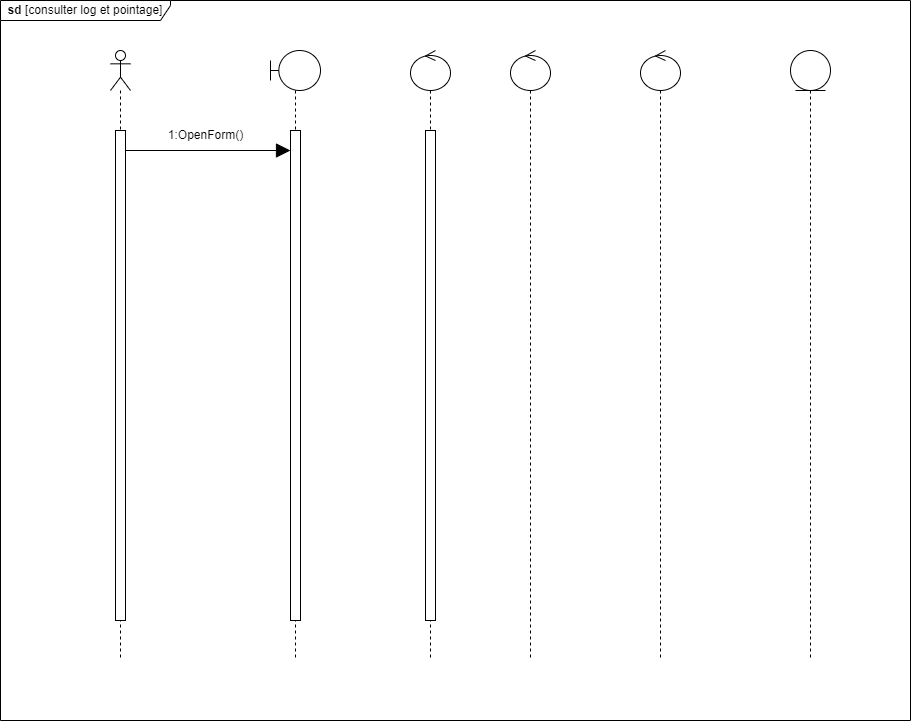
The draw.io diagram static/Diagramme des séquences conceptuel  log et pointage .drawio.png in Siluearsene/borne_biometrique, before a commit. Source tidied: cells renumbered, new cells last; positions are measured from the earlier drawing's top-left corner, leaving out a move shared by most shapes.
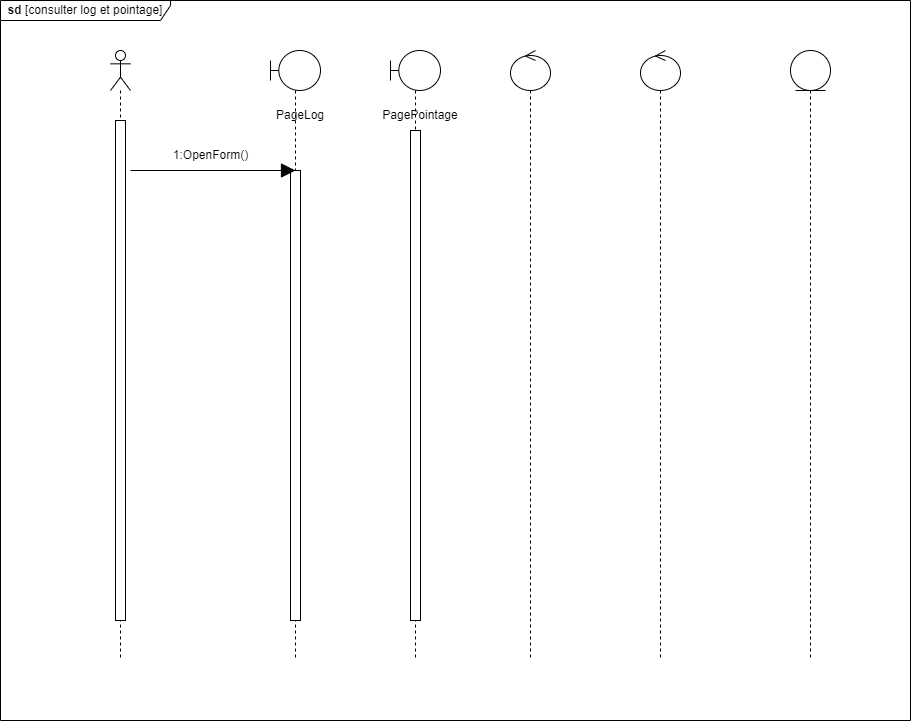
Above is the later version.

Commit message:
Mettre à jour Diagramme des séquences conceptuel  log et pointage .drawio.png

The edit, as a diff of the source:
```diff
@@ -6,22 +6,16 @@
       <mxGeometry x="270" y="50" width="50" height="610" as="geometry" />
     </mxCell>
     <mxCell id="3" style="html=1;perimeter=orthogonalPerimeter;targetShapes=umlLifeline;newEdgeStyle={&quot;edgeStyle&quot;:&quot;elbowEdgeStyle&quot;,&quot;elbow&quot;:&quot;vertical&quot;,&quot;curved&quot;:0,&quot;rounded&quot;:0};" parent="2" vertex="1">
-      <mxGeometry x="20" y="80" width="10" height="490" as="geometry" />
+      <mxGeometry x="20" y="120" width="10" height="450" as="geometry" />
     </mxCell>
     <mxCell id="4" style="shape=umlLifeline;perimeter=lifelinePerimeter;whiteSpace=wrap;html=1;newEdgeStyle={&quot;edgeStyle&quot;:&quot;elbowEdgeStyle&quot;,&quot;elbow&quot;:&quot;vertical&quot;,&quot;curved&quot;:0,&quot;rounded&quot;:0};participant=umlEntity;" parent="1" vertex="1">
       <mxGeometry x="790" y="50" width="40" height="610" as="geometry" />
     </mxCell>
-    <mxCell id="5" style="shape=umlLifeline;perimeter=lifelinePerimeter;whiteSpace=wrap;html=1;newEdgeStyle={&quot;edgeStyle&quot;:&quot;elbowEdgeStyle&quot;,&quot;elbow&quot;:&quot;vertical&quot;,&quot;curved&quot;:0,&quot;rounded&quot;:0};participant=umlControl;" parent="1" vertex="1">
-      <mxGeometry x="410" y="50" width="40" height="610" as="geometry" />
-    </mxCell>
-    <mxCell id="6" style="html=1;perimeter=orthogonalPerimeter;targetShapes=umlLifeline;newEdgeStyle={&quot;edgeStyle&quot;:&quot;elbowEdgeStyle&quot;,&quot;elbow&quot;:&quot;vertical&quot;,&quot;curved&quot;:0,&quot;rounded&quot;:0};" parent="5" vertex="1">
-      <mxGeometry x="15" y="80" width="10" height="490" as="geometry" />
-    </mxCell>
     <mxCell id="7" style="shape=umlLifeline;perimeter=lifelinePerimeter;whiteSpace=wrap;html=1;newEdgeStyle={&quot;edgeStyle&quot;:&quot;elbowEdgeStyle&quot;,&quot;elbow&quot;:&quot;vertical&quot;,&quot;curved&quot;:0,&quot;rounded&quot;:0};participant=umlActor;" parent="1" vertex="1">
       <mxGeometry x="110" y="50" width="20" height="610" as="geometry" />
     </mxCell>
     <mxCell id="8" style="html=1;points=[];perimeter=orthogonalPerimeter;outlineConnect=0;targetShapes=umlLifeline;portConstraint=eastwest;newEdgeStyle={&quot;edgeStyle&quot;:&quot;elbowEdgeStyle&quot;,&quot;elbow&quot;:&quot;vertical&quot;,&quot;curved&quot;:0,&quot;rounded&quot;:0};" parent="7" vertex="1">
-      <mxGeometry x="5" y="80" width="10" height="490" as="geometry" />
+      <mxGeometry x="5" y="70" width="10" height="500" as="geometry" />
     </mxCell>
     <mxCell id="9" style="shape=umlLifeline;perimeter=lifelinePerimeter;whiteSpace=wrap;html=1;newEdgeStyle={&quot;edgeStyle&quot;:&quot;elbowEdgeStyle&quot;,&quot;elbow&quot;:&quot;vertical&quot;,&quot;curved&quot;:0,&quot;rounded&quot;:0};participant=umlControl;" parent="1" vertex="1">
       <mxGeometry x="510" y="50" width="40" height="610" as="geometry" />
@@ -29,16 +23,29 @@
     <mxCell id="10" style="shape=umlLifeline;perimeter=lifelinePerimeter;whiteSpace=wrap;html=1;newEdgeStyle={&quot;edgeStyle&quot;:&quot;elbowEdgeStyle&quot;,&quot;elbow&quot;:&quot;vertical&quot;,&quot;curved&quot;:0,&quot;rounded&quot;:0};participant=umlControl;" parent="1" vertex="1">
       <mxGeometry x="640" y="50" width="40" height="610" as="geometry" />
     </mxCell>
-    <mxCell id="11" style="endArrow=block;endFill=1;endSize=12;html=1;rounded=0;" parent="1" edge="1" source="8">
+    <mxCell id="11" style="endArrow=block;endFill=1;endSize=12;html=1;rounded=0;" parent="1" edge="1">
       <mxGeometry relative="1" as="geometry">
-        <mxPoint x="290" y="150" as="targetPoint" />
+        <mxPoint x="130" y="170" as="sourcePoint" />
+        <mxPoint x="295" y="170" as="targetPoint" />
       </mxGeometry>
     </mxCell>
     <mxCell id="12" value="1:OpenForm()" style="text;html=1;align=center;verticalAlign=middle;strokeColor=none;fillColor=none;" parent="1" vertex="1">
-      <mxGeometry x="155" y="120" width="100" height="30" as="geometry" />
+      <mxGeometry x="160" y="140" width="100" height="30" as="geometry" />
     </mxCell>
     <mxCell id="13" value="&lt;b&gt;sd&lt;/b&gt; [consulter log et pointage]" style="shape=umlFrame;whiteSpace=wrap;html=1;width=170;height=20;" parent="1" vertex="1">
       <mxGeometry width="910" height="720" as="geometry" />
     </mxCell>
+    <mxCell id="14" value="PageLog" style="text;html=1;strokeColor=none;fillColor=none;align=center;verticalAlign=middle;whiteSpace=wrap;rounded=0;" parent="1" vertex="1">
+      <mxGeometry x="270" y="100" width="60" height="30" as="geometry" />
+    </mxCell>
+    <mxCell id="15" style="shape=umlLifeline;perimeter=lifelinePerimeter;whiteSpace=wrap;html=1;newEdgeStyle={&quot;edgeStyle&quot;:&quot;elbowEdgeStyle&quot;,&quot;elbow&quot;:&quot;vertical&quot;,&quot;curved&quot;:0,&quot;rounded&quot;:0};participant=umlBoundary;size=40;" parent="1" vertex="1">
+      <mxGeometry x="390" y="50" width="50" height="610" as="geometry" />
+    </mxCell>
+    <mxCell id="16" style="html=1;perimeter=orthogonalPerimeter;targetShapes=umlLifeline;newEdgeStyle={&quot;edgeStyle&quot;:&quot;elbowEdgeStyle&quot;,&quot;elbow&quot;:&quot;vertical&quot;,&quot;curved&quot;:0,&quot;rounded&quot;:0};" parent="15" vertex="1">
+      <mxGeometry x="20" y="80" width="10" height="490" as="geometry" />
+    </mxCell>
+    <mxCell id="17" value="PagePointage" style="text;html=1;strokeColor=none;fillColor=none;align=center;verticalAlign=middle;whiteSpace=wrap;rounded=0;" parent="1" vertex="1">
+      <mxGeometry x="390" y="100" width="60" height="30" as="geometry" />
+    </mxCell>
   </root>
 </mxGraphModel>
```
